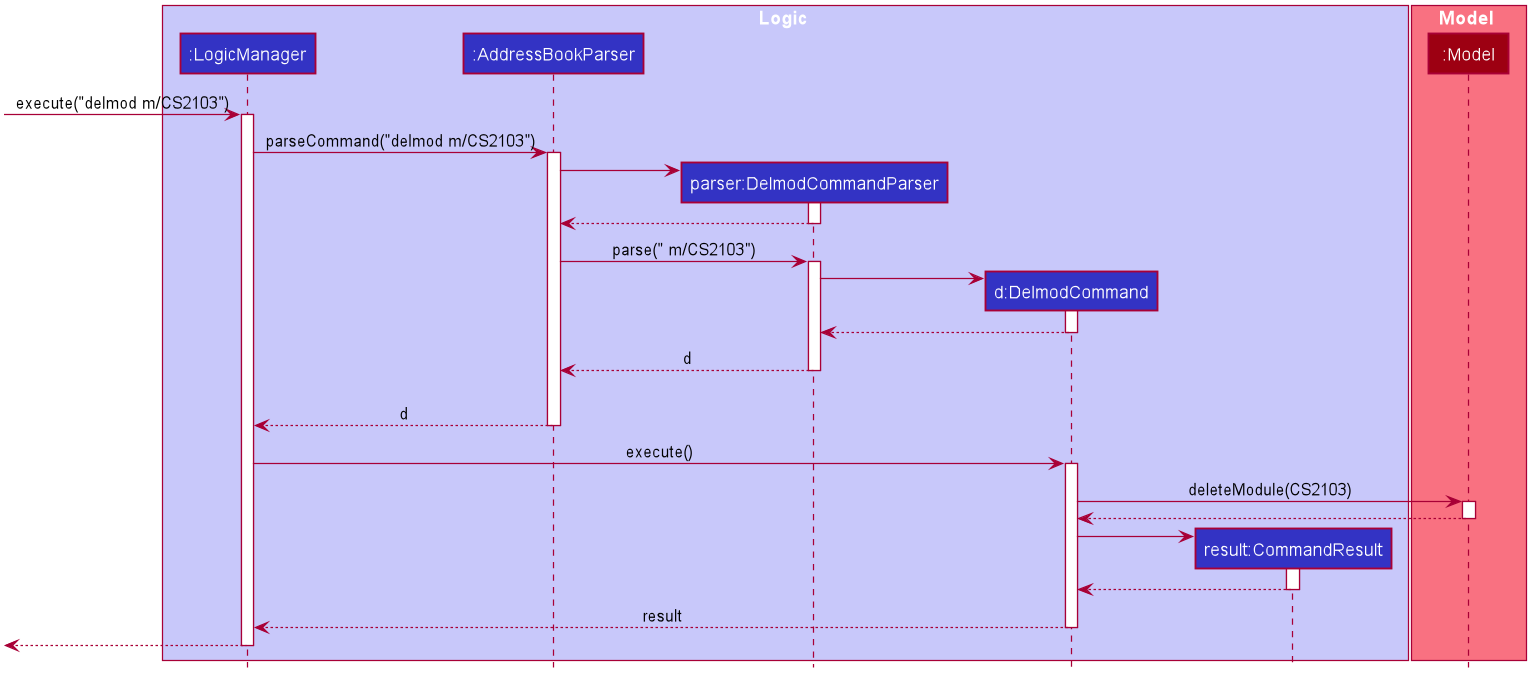
This is docs/images/DelmodSequenceDiagram.png from nus-cs2103-AY2021S1/tp, a PlantUML export, as it was before one commit.
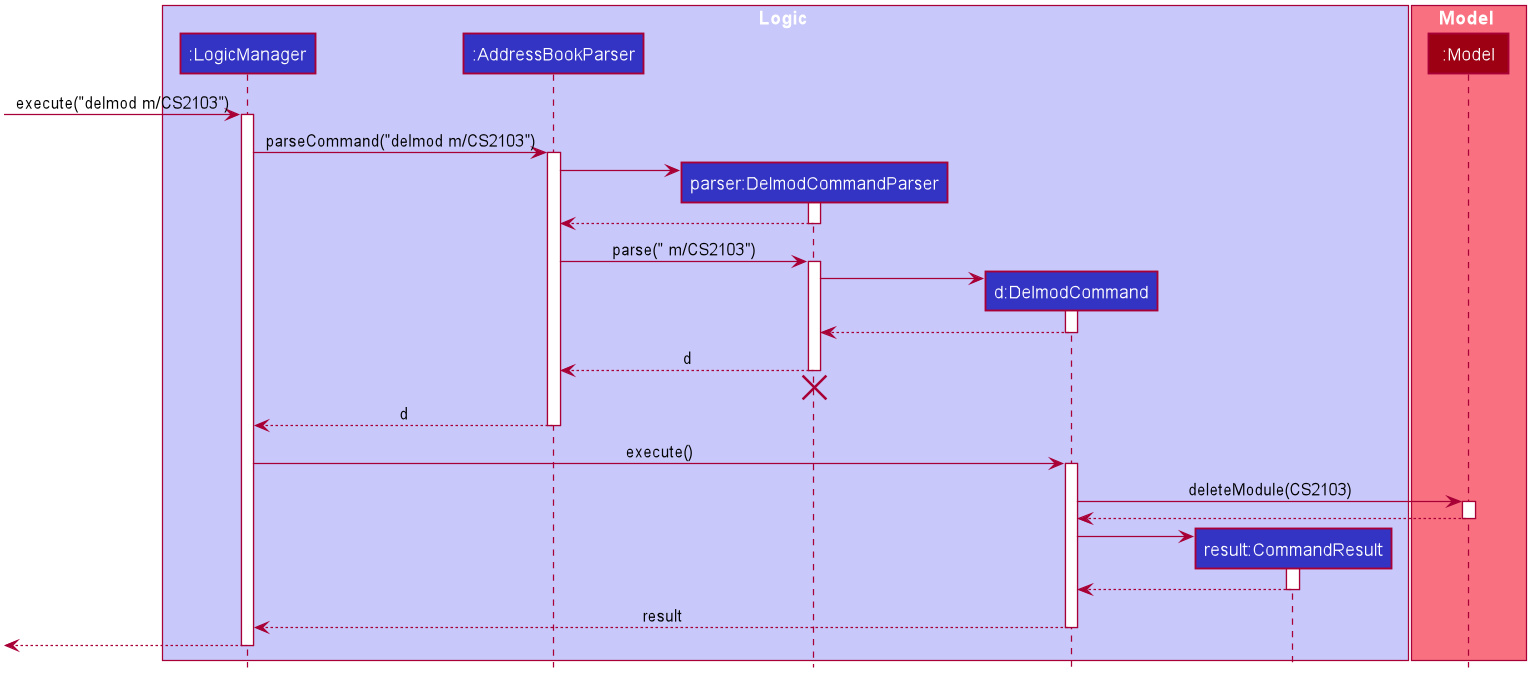
Above is the later version.

Diff of the diagram source:
```diff
@@ -87,6 +87,8 @@
 DelmodCommandParser --> AddressBookParser : d
 deactivate DelmodCommandParser
 DelmodCommandParser -[hidden]-> AddressBookParser
+destroy DelmodCommandParser
+
 
 AddressBookParser --> LogicManager : d
 deactivate AddressBookParser
```
